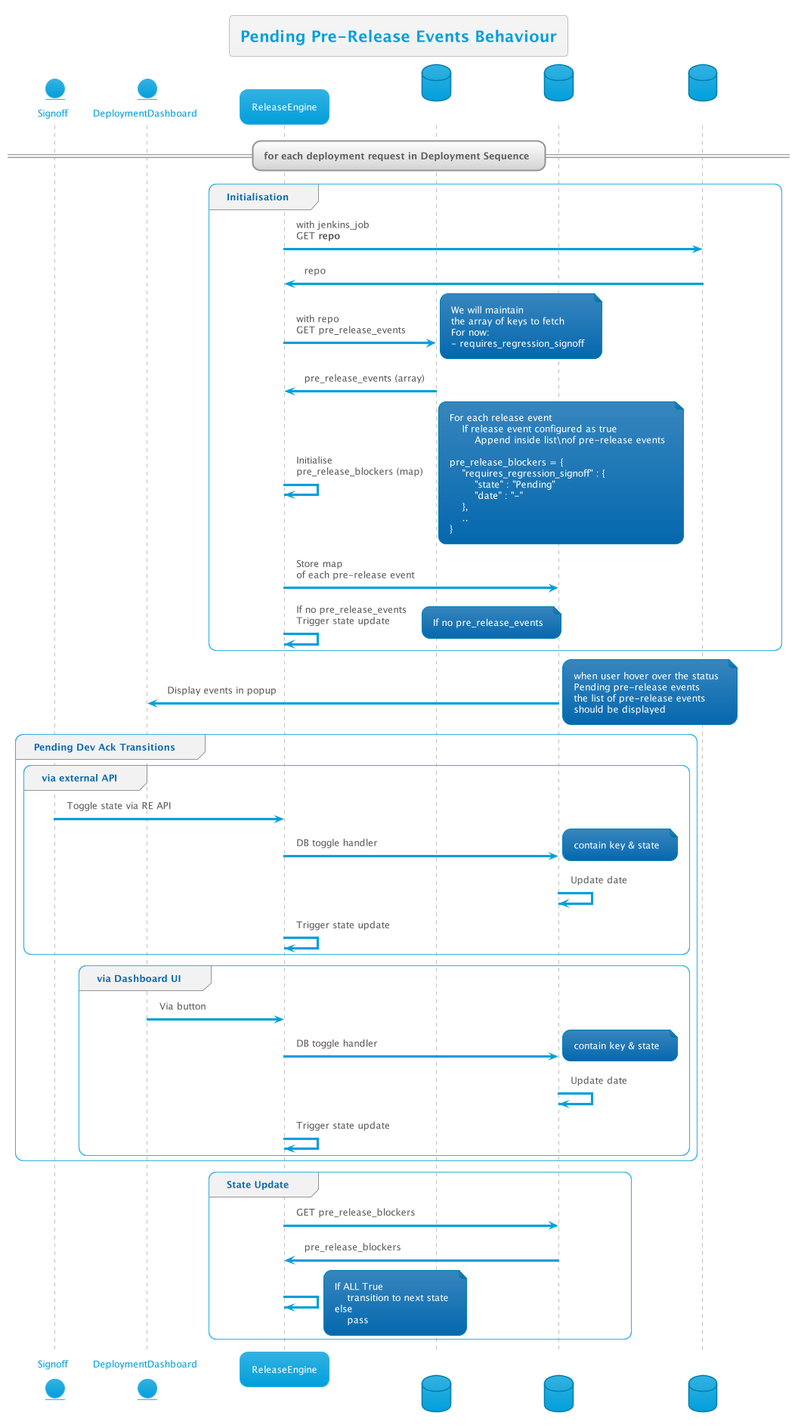
The PlantUML diagram out/Multi-Day-Deployment/pendingPreReleaseBehaviour/pendingPreReleaseBehaviour.png in thetomitomo/diagrams, before a commit. Its diagram source:
```plantuml
@startuml
!theme bluegray
skinparam FooterFontColor black

entity Signoff as Signoff
entity DeploymentDashboard as DD
participant ReleaseEngine as RE
database gitlab_project_tab as gitDB
database deployment_request_tab as deploymentDB
database deployment_ack_config_tab as ackDB

title Pending Pre-Release Events Behaviour

== for each deployment request in Deployment Sequence ==
group Initialisation
    RE -> ackDB : with jenkins_job\nGET <b>repo
    ackDB -> RE : repo

    RE -> gitDB : with repo\nGET pre_release_events
    note right
        We will maintain
        the array of keys to fetch
        For now:
        - requires_regression_signoff
    end note

    gitDB -> RE : pre_release_events (array)

    RE -> RE : Initialise\npre_release_blockers (map)
    note right
        For each release event
            If release event configured as true
                Append inside list\nof pre-release events

        pre_release_blockers = {
            "requires_regression_signoff" : {
                "state" : "Pending"
                "date" : "-"
            },
            ..
        }
    end note

    RE -> deploymentDB: Store map\nof each pre-release event

    RE -> RE : If no pre_release_events\nTrigger state update
    note right
        If no pre_release_events
    end note

end group

    deploymentDB -> DD : Display events in popup
    note right
        when user hover over the status
        Pending pre-release events
        the list of pre-release events
        should be displayed
    end note


group Pending Dev Ack Transitions
    group via external API
        Signoff -> RE : Toggle state via RE API
        RE -> deploymentDB : DB toggle handler
        note right
            contain key & state
        end note
        deploymentDB -> deploymentDB : Update date
        RE -> RE : Trigger state update
    end group
    group via Dashboard UI
        DD -> RE : Via button
        RE -> deploymentDB : DB toggle handler
        note right
            contain key & state
        end note
        deploymentDB -> deploymentDB : Update date
        RE -> RE : Trigger state update
    end group
end group

group State Update
    RE -> deploymentDB : GET pre_release_blockers
    deploymentDB -> RE : pre_release_blockers

    RE -> RE
    note right
        If ALL True
            transition to next state
        else
            pass
    end note
end group



@enduml
```
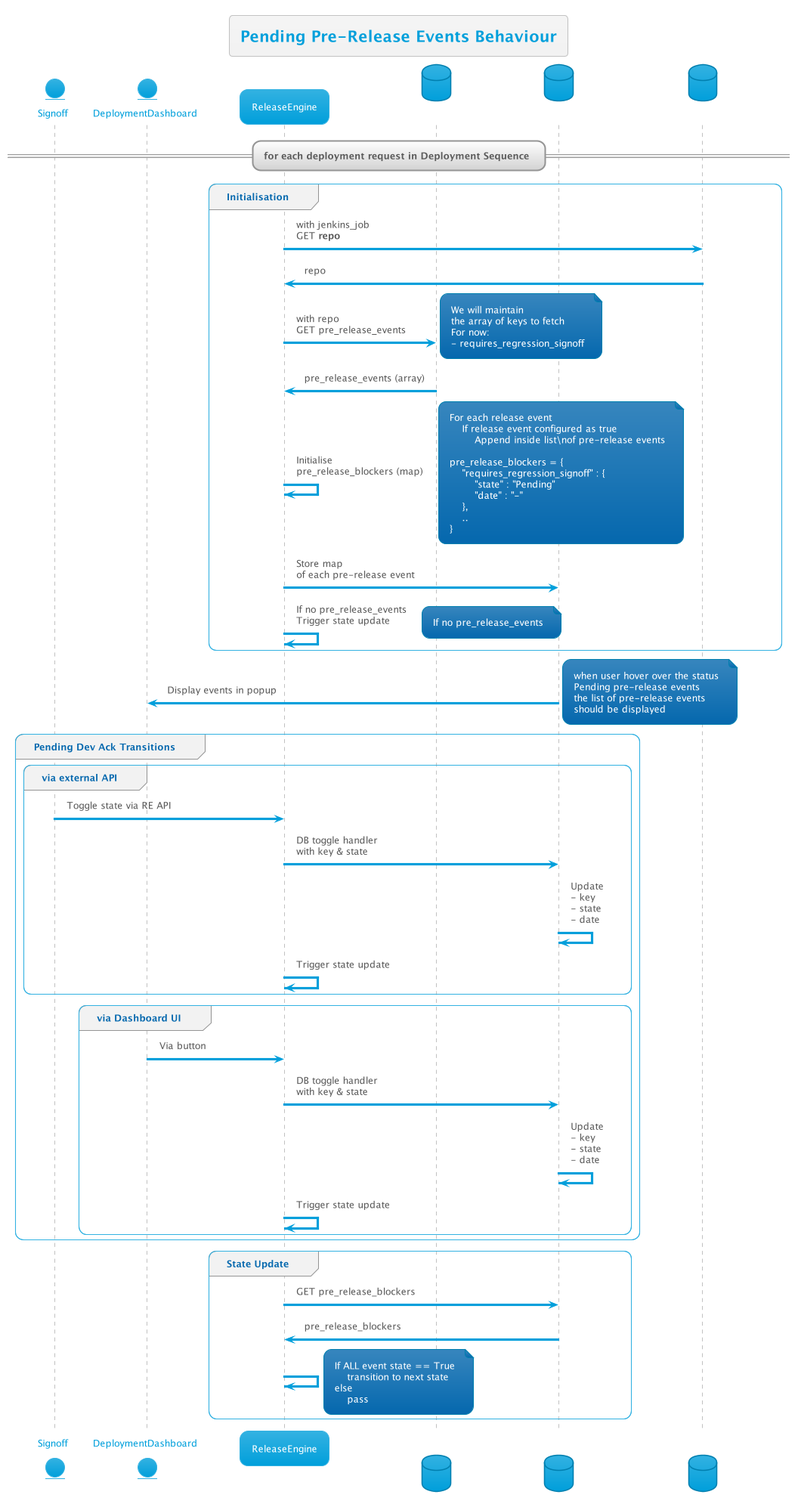
The same file after the commit.

Change to the diagram source:
```diff
@@ -62,20 +62,14 @@
 group Pending Dev Ack Transitions
     group via external API
         Signoff -> RE : Toggle state via RE API
-        RE -> deploymentDB : DB toggle handler
-        note right
-            contain key & state
-        end note
-        deploymentDB -> deploymentDB : Update date
+        RE -> deploymentDB : DB toggle handler\nwith key & state
+        deploymentDB -> deploymentDB : Update\n- key\n- state\n- date
         RE -> RE : Trigger state update
     end group
     group via Dashboard UI
         DD -> RE : Via button
-        RE -> deploymentDB : DB toggle handler
-        note right
-            contain key & state
-        end note
-        deploymentDB -> deploymentDB : Update date
+        RE -> deploymentDB : DB toggle handler\nwith key & state
+        deploymentDB -> deploymentDB : Update\n- key\n- state\n- date
         RE -> RE : Trigger state update
     end group
 end group
@@ -86,7 +80,7 @@
 
     RE -> RE
     note right
-        If ALL True
+        If ALL event state == True
             transition to next state
         else
             pass
```
